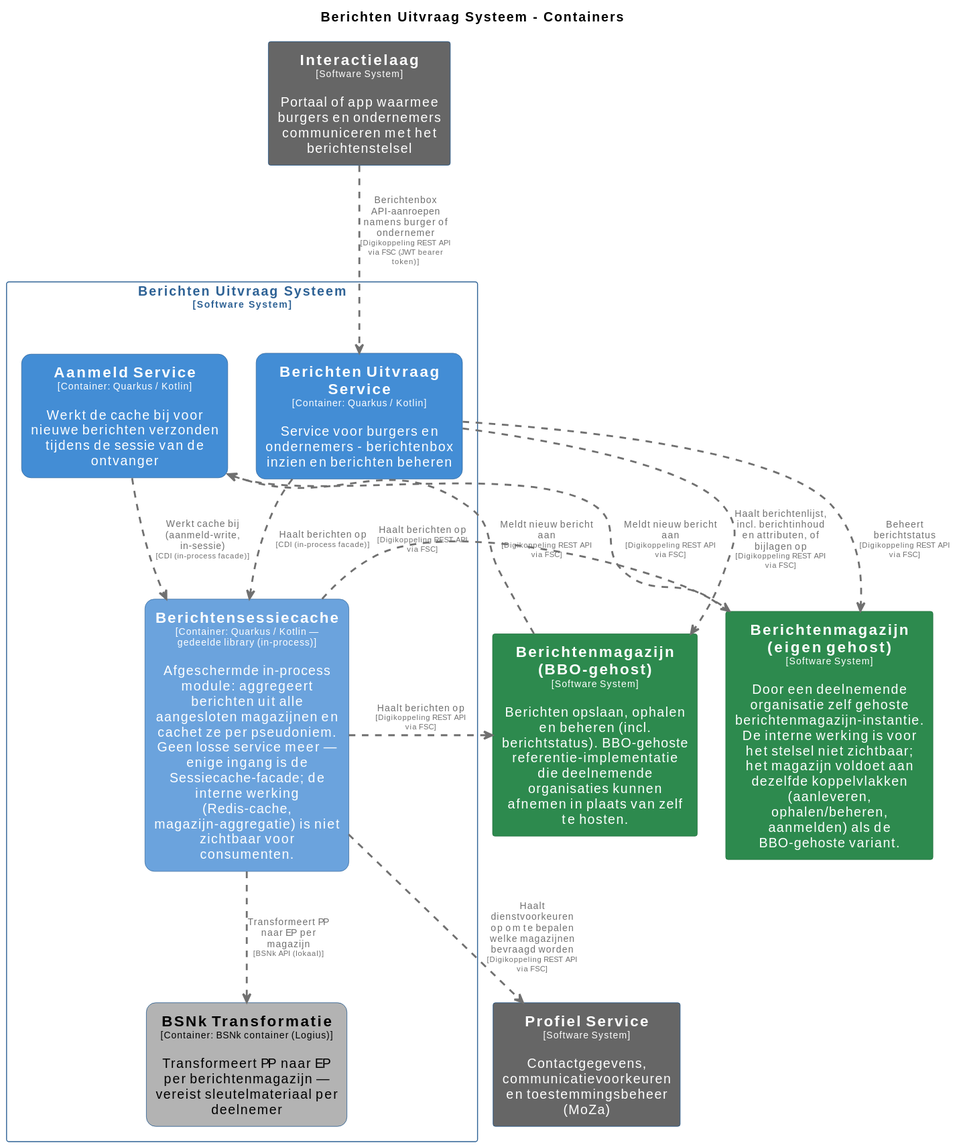
Earlier version of the PlantUML export pr-preview/pr-95/master/svg/BerichtenUitvraagSysteemContainers.svg (MinBZK/moza-poc-fbs-berichtenbox). Its source is kept beside it as pr-preview/pr-95/master/puml/BerichtenUitvraagSysteemContainers.puml. Its diagram source:
```plantuml
@startuml
set separator none
title Berichten Uitvraag Systeem - Containers

top to bottom direction
skinparam ranksep 60
skinparam nodesep 30

skinparam {
  arrowFontSize 10
  defaultTextAlignment center
  wrapWidth 200
  maxMessageSize 100
}

hide stereotype

skinparam rectangle<<BerichtenUitvraagSysteem.AanmeldService>> {
  BackgroundColor #438dd5
  FontColor #ffffff
  BorderColor #2e6295
  roundCorner 20
  shadowing false
}
skinparam rectangle<<BerichtenUitvraagSysteem.BSNkTransformatie>> {
  BackgroundColor #b3b3b3
  FontColor #000000
  BorderColor #0b4884
  roundCorner 20
  shadowing false
}
skinparam rectangle<<BerichtenUitvraagSysteem.BerichtenUitvraagService>> {
  BackgroundColor #438dd5
  FontColor #ffffff
  BorderColor #2e6295
  roundCorner 20
  shadowing false
}
skinparam rectangle<<BerichtenmagazijnBBOgehost>> {
  BackgroundColor #2d8a4e
  FontColor #ffffff
  BorderColor #1e6b38
  shadowing false
}
skinparam rectangle<<Berichtenmagazijneigengehost>> {
  BackgroundColor #2d8a4e
  FontColor #ffffff
  BorderColor #1e6b38
  shadowing false
}
skinparam rectangle<<BerichtenUitvraagSysteem.Berichtensessiecache>> {
  BackgroundColor #6ba3dd
  FontColor #ffffff
  BorderColor #2e6295
  roundCorner 20
  shadowing false
}
skinparam rectangle<<Interactielaag>> {
  BackgroundColor #666666
  FontColor #ffffff
  BorderColor #0b4884
  shadowing false
}
skinparam rectangle<<ProfielService>> {
  BackgroundColor #666666
  FontColor #ffffff
  BorderColor #0b4884
  shadowing false
}
skinparam rectangle<<BerichtenUitvraagSysteem>> {
  BorderColor #2e6295
  FontColor #2e6295
  shadowing false
}

rectangle "==Profiel Service\n<size:10>[Software System]</size>\n\nContactgegevens, communicatievoorkeuren en toestemmingsbeheer (MoZa)" <<ProfielService>> as ProfielService
rectangle "==Interactielaag\n<size:10>[Software System]</size>\n\nPortaal of app waarmee burgers en ondernemers communiceren met het berichtenstelsel" <<Interactielaag>> as Interactielaag
rectangle "==Berichtenmagazijn (eigen gehost)\n<size:10>[Software System]</size>\n\nDoor een deelnemende organisatie zelf gehoste berichtenmagazijn-instantie. De interne werking is voor het stelsel niet zichtbaar; het magazijn voldoet aan dezelfde koppelvlakken (aanleveren, ophalen/beheren, aanmelden) als de BBO-gehoste variant." <<Berichtenmagazijneigengehost>> as Berichtenmagazijneigengehost
rectangle "==Berichtenmagazijn (BBO-gehost)\n<size:10>[Software System]</size>\n\nBerichten opslaan, ophalen en beheren (incl. berichtstatus). BBO-gehoste referentie-implementatie die deelnemende organisaties kunnen afnemen in plaats van zelf te hosten." <<BerichtenmagazijnBBOgehost>> as BerichtenmagazijnBBOgehost

rectangle "Berichten Uitvraag Systeem\n<size:10>[Software System]</size>" <<BerichtenUitvraagSysteem>> {
  rectangle "==Berichtensessiecache\n<size:10>[Container: Quarkus / Kotlin — gedeelde library (in-process)]</size>\n\nAfgeschermde in-process module: aggregeert berichten uit alle aangesloten magazijnen en cachet ze per pseudoniem. Geen losse service meer — enige ingang is de Sessiecache-facade; de interne werking (Redis-cache, magazijn-aggregatie) is niet zichtbaar voor consumenten." <<BerichtenUitvraagSysteem.Berichtensessiecache>> as BerichtenUitvraagSysteem.Berichtensessiecache
  rectangle "==Berichten Uitvraag Service\n<size:10>[Container: Quarkus / Kotlin]</size>\n\nService voor burgers en ondernemers - berichtenbox inzien en berichten beheren" <<BerichtenUitvraagSysteem.BerichtenUitvraagService>> as BerichtenUitvraagSysteem.BerichtenUitvraagService
  rectangle "==BSNk Transformatie\n<size:10>[Container: BSNk container (Logius)]</size>\n\nTransformeert PP naar EP per berichtenmagazijn — vereist sleutelmateriaal per deelnemer" <<BerichtenUitvraagSysteem.BSNkTransformatie>> as BerichtenUitvraagSysteem.BSNkTransformatie
  rectangle "==Aanmeld Service\n<size:10>[Container: Quarkus / Kotlin]</size>\n\nWerkt de cache bij voor nieuwe berichten verzonden tijdens de sessie van de ontvanger" <<BerichtenUitvraagSysteem.AanmeldService>> as BerichtenUitvraagSysteem.AanmeldService
}

BerichtenmagazijnBBOgehost .[#707070,thickness=2].> BerichtenUitvraagSysteem.AanmeldService : "<color:#707070>Meldt nieuw bericht aan\n<color:#707070><size:8>[Digikoppeling REST API via FSC]</size>"
Berichtenmagazijneigengehost .[#707070,thickness=2].> BerichtenUitvraagSysteem.AanmeldService : "<color:#707070>Meldt nieuw bericht aan\n<color:#707070><size:8>[Digikoppeling REST API via FSC]</size>"
BerichtenUitvraagSysteem.Berichtensessiecache .[#707070,thickness=2].> Berichtenmagazijneigengehost : "<color:#707070>Haalt berichten op\n<color:#707070><size:8>[Digikoppeling REST API via FSC]</size>"
BerichtenUitvraagSysteem.BerichtenUitvraagService .[#707070,thickness=2].> Berichtenmagazijneigengehost : "<color:#707070>Beheert berichtstatus\n<color:#707070><size:8>[Digikoppeling REST API via FSC]</size>"
BerichtenUitvraagSysteem.Berichtensessiecache .[#707070,thickness=2].> ProfielService : "<color:#707070>Haalt dienstvoorkeuren op om te bepalen welke magazijnen bevraagd worden\n<color:#707070><size:8>[Digikoppeling REST API via FSC]</size>"
BerichtenUitvraagSysteem.Berichtensessiecache .[#707070,thickness=2].> BerichtenmagazijnBBOgehost : "<color:#707070>Haalt berichten op\n<color:#707070><size:8>[Digikoppeling REST API via FSC]</size>"
BerichtenUitvraagSysteem.Berichtensessiecache .[#707070,thickness=2].> BerichtenUitvraagSysteem.BSNkTransformatie : "<color:#707070>Transformeert PP naar EP per magazijn\n<color:#707070><size:8>[BSNk API (lokaal)]</size>"
BerichtenUitvraagSysteem.AanmeldService .[#707070,thickness=2].> BerichtenUitvraagSysteem.Berichtensessiecache : "<color:#707070>Werkt cache bij (aanmeld-write, in-sessie)\n<color:#707070><size:8>[CDI (in-process facade)]</size>"
BerichtenUitvraagSysteem.BerichtenUitvraagService .[#707070,thickness=2].> BerichtenUitvraagSysteem.Berichtensessiecache : "<color:#707070>Haalt berichten op\n<color:#707070><size:8>[CDI (in-process facade)]</size>"
Interactielaag .[#707070,thickness=2].> BerichtenUitvraagSysteem.BerichtenUitvraagService : "<color:#707070>Berichtenbox API-aanroepen namens burger of ondernemer\n<color:#707070><size:8>[Digikoppeling REST API via FSC (JWT bearer token)]</size>"
BerichtenUitvraagSysteem.BerichtenUitvraagService .[#707070,thickness=2].> BerichtenmagazijnBBOgehost : "<color:#707070>Haalt berichtenlijst, incl. berichtinhoud en attributen, of bijlagen op\n<color:#707070><size:8>[Digikoppeling REST API via FSC]</size>"
@enduml
```
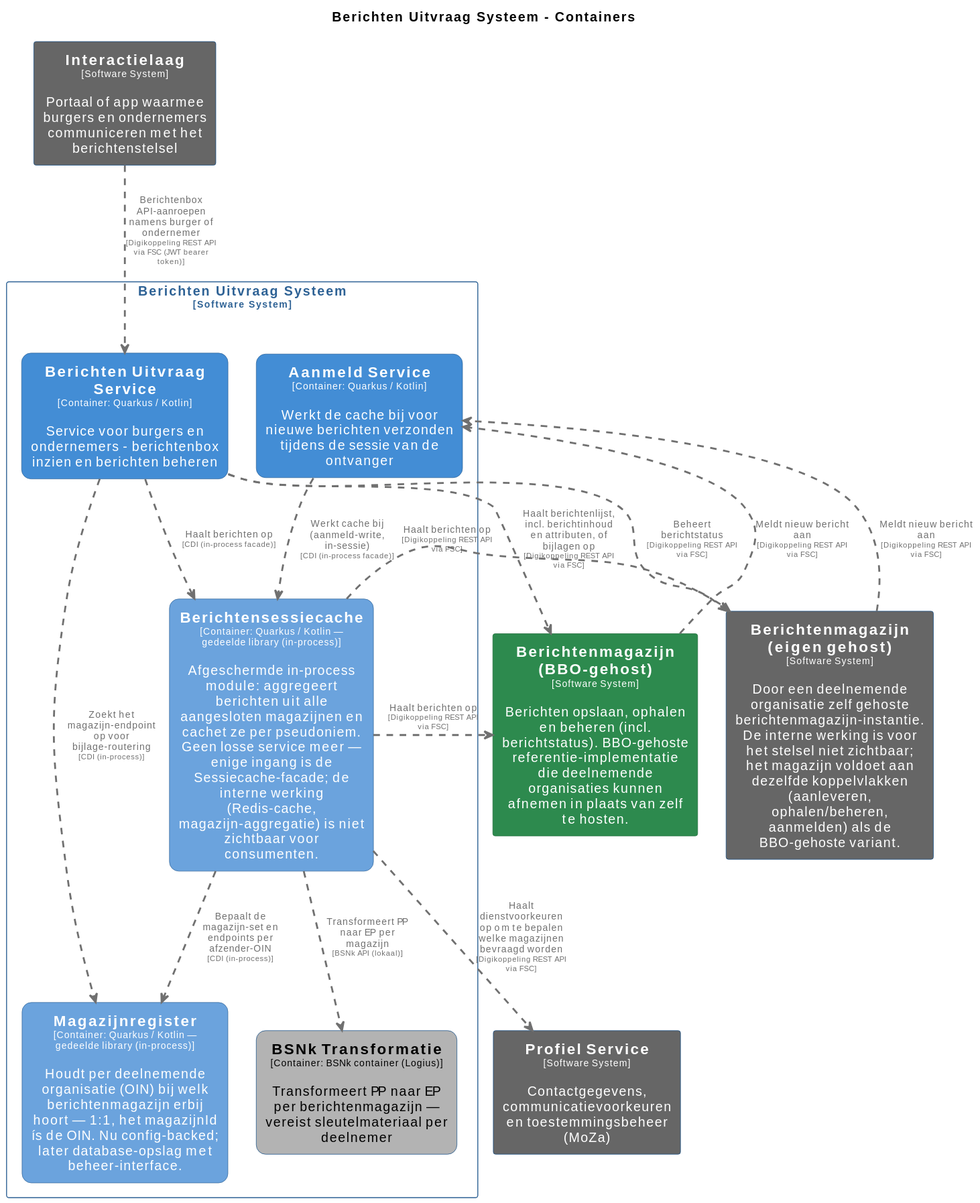
After the change.

The edit, as a diff of the source:
```diff
@@ -43,9 +43,9 @@
   shadowing false
 }
 skinparam rectangle<<Berichtenmagazijneigengehost>> {
-  BackgroundColor #2d8a4e
+  BackgroundColor #666666
   FontColor #ffffff
-  BorderColor #1e6b38
+  BorderColor #0b4884
   shadowing false
 }
 skinparam rectangle<<BerichtenUitvraagSysteem.Berichtensessiecache>> {
@@ -59,6 +59,13 @@
   BackgroundColor #666666
   FontColor #ffffff
   BorderColor #0b4884
+  shadowing false
+}
+skinparam rectangle<<BerichtenUitvraagSysteem.Magazijnregister>> {
+  BackgroundColor #6ba3dd
+  FontColor #ffffff
+  BorderColor #2e6295
+  roundCorner 20
   shadowing false
 }
 skinparam rectangle<<ProfielService>> {
@@ -83,8 +90,10 @@
   rectangle "==Berichten Uitvraag Service\n<size:10>[Container: Quarkus / Kotlin]</size>\n\nService voor burgers en ondernemers - berichtenbox inzien en berichten beheren" <<BerichtenUitvraagSysteem.BerichtenUitvraagService>> as BerichtenUitvraagSysteem.BerichtenUitvraagService
   rectangle "==BSNk Transformatie\n<size:10>[Container: BSNk container (Logius)]</size>\n\nTransformeert PP naar EP per berichtenmagazijn — vereist sleutelmateriaal per deelnemer" <<BerichtenUitvraagSysteem.BSNkTransformatie>> as BerichtenUitvraagSysteem.BSNkTransformatie
   rectangle "==Aanmeld Service\n<size:10>[Container: Quarkus / Kotlin]</size>\n\nWerkt de cache bij voor nieuwe berichten verzonden tijdens de sessie van de ontvanger" <<BerichtenUitvraagSysteem.AanmeldService>> as BerichtenUitvraagSysteem.AanmeldService
+  rectangle "==Magazijnregister\n<size:10>[Container: Quarkus / Kotlin — gedeelde library (in-process)]</size>\n\nHoudt per deelnemende organisatie (OIN) bij welk berichtenmagazijn erbij hoort — 1:1, het magazijnId ís de OIN. Nu config-backed; later database-opslag met beheer-interface." <<BerichtenUitvraagSysteem.Magazijnregister>> as BerichtenUitvraagSysteem.Magazijnregister
 }
 
+BerichtenUitvraagSysteem.BerichtenUitvraagService .[#707070,thickness=2].> BerichtenmagazijnBBOgehost : "<color:#707070>Haalt berichtenlijst, incl. berichtinhoud en attributen, of bijlagen op\n<color:#707070><size:8>[Digikoppeling REST API via FSC]</size>"
 BerichtenmagazijnBBOgehost .[#707070,thickness=2].> BerichtenUitvraagSysteem.AanmeldService : "<color:#707070>Meldt nieuw bericht aan\n<color:#707070><size:8>[Digikoppeling REST API via FSC]</size>"
 Berichtenmagazijneigengehost .[#707070,thickness=2].> BerichtenUitvraagSysteem.AanmeldService : "<color:#707070>Meldt nieuw bericht aan\n<color:#707070><size:8>[Digikoppeling REST API via FSC]</size>"
 BerichtenUitvraagSysteem.Berichtensessiecache .[#707070,thickness=2].> Berichtenmagazijneigengehost : "<color:#707070>Haalt berichten op\n<color:#707070><size:8>[Digikoppeling REST API via FSC]</size>"
@@ -94,6 +103,7 @@
 BerichtenUitvraagSysteem.Berichtensessiecache .[#707070,thickness=2].> BerichtenUitvraagSysteem.BSNkTransformatie : "<color:#707070>Transformeert PP naar EP per magazijn\n<color:#707070><size:8>[BSNk API (lokaal)]</size>"
 BerichtenUitvraagSysteem.AanmeldService .[#707070,thickness=2].> BerichtenUitvraagSysteem.Berichtensessiecache : "<color:#707070>Werkt cache bij (aanmeld-write, in-sessie)\n<color:#707070><size:8>[CDI (in-process facade)]</size>"
 BerichtenUitvraagSysteem.BerichtenUitvraagService .[#707070,thickness=2].> BerichtenUitvraagSysteem.Berichtensessiecache : "<color:#707070>Haalt berichten op\n<color:#707070><size:8>[CDI (in-process facade)]</size>"
+BerichtenUitvraagSysteem.Berichtensessiecache .[#707070,thickness=2].> BerichtenUitvraagSysteem.Magazijnregister : "<color:#707070>Bepaalt de magazijn-set en endpoints per afzender-OIN\n<color:#707070><size:8>[CDI (in-process)]</size>"
+BerichtenUitvraagSysteem.BerichtenUitvraagService .[#707070,thickness=2].> BerichtenUitvraagSysteem.Magazijnregister : "<color:#707070>Zoekt het magazijn-endpoint op voor bijlage-routering\n<color:#707070><size:8>[CDI (in-process)]</size>"
 Interactielaag .[#707070,thickness=2].> BerichtenUitvraagSysteem.BerichtenUitvraagService : "<color:#707070>Berichtenbox API-aanroepen namens burger of ondernemer\n<color:#707070><size:8>[Digikoppeling REST API via FSC (JWT bearer token)]</size>"
-BerichtenUitvraagSysteem.BerichtenUitvraagService .[#707070,thickness=2].> BerichtenmagazijnBBOgehost : "<color:#707070>Haalt berichtenlijst, incl. berichtinhoud en attributen, of bijlagen op\n<color:#707070><size:8>[Digikoppeling REST API via FSC]</size>"
 @enduml
```
